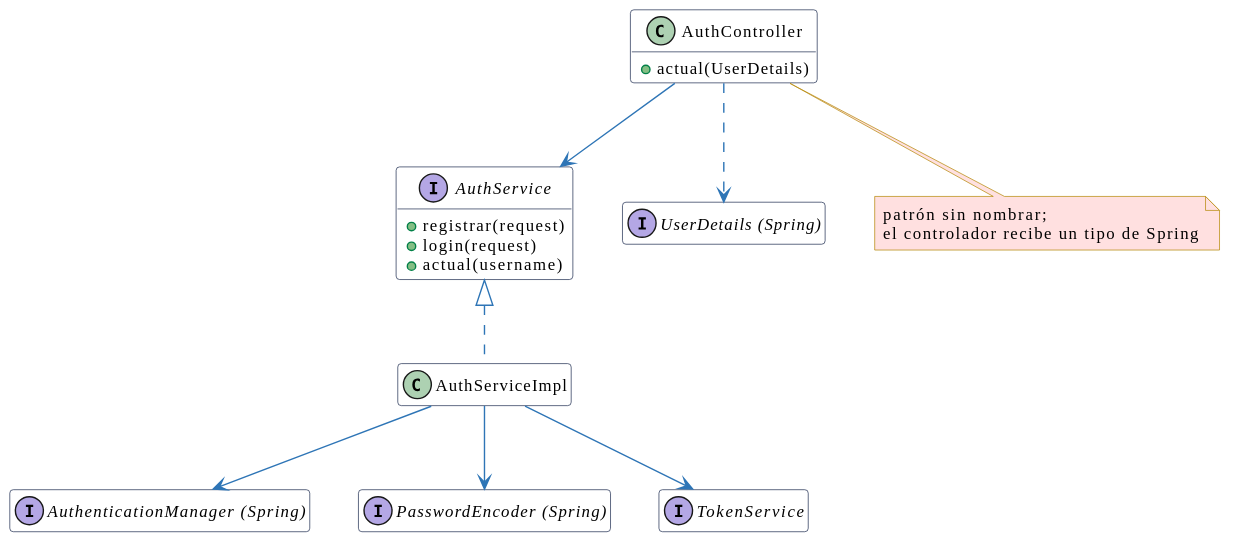
Earlier version of the PlantUML export docs/reporte/puml/facade-antes.svg (andreiveisuade/TPO-ProcesoDesarrolloSoftware-V4). Its source is kept beside it as docs/reporte/puml/facade-antes.puml. The source it was exported from:
```plantuml
@startuml
skinparam shadowing false
skinparam defaultFontName Calibri
skinparam defaultFontSize 12
skinparam ClassBackgroundColor #FFFFFF
skinparam ClassBorderColor #1D2B4F
skinparam ClassHeaderBackgroundColor #FFFFFF
skinparam ArrowColor #2E75B6
skinparam NoteBackgroundColor #FFF8E1
skinparam NoteBorderColor #B38600
hide empty members
class AuthController {
  +actual(UserDetails)
}
interface AuthService {
  +registrar(request)
  +login(request)
  +actual(username)
}
class AuthServiceImpl
interface "UserDetails (Spring)" as UD
interface "AuthenticationManager (Spring)" as AM
interface "PasswordEncoder (Spring)" as PE
interface TokenService
AuthController --> AuthService
AuthController ..> UD
AuthService <|.. AuthServiceImpl
AuthServiceImpl --> AM
AuthServiceImpl --> PE
AuthServiceImpl --> TokenService
note bottom of AuthController #FFE0E0
  patrón sin nombrar;
  el controlador recibe un tipo de Spring
end note
@enduml
```
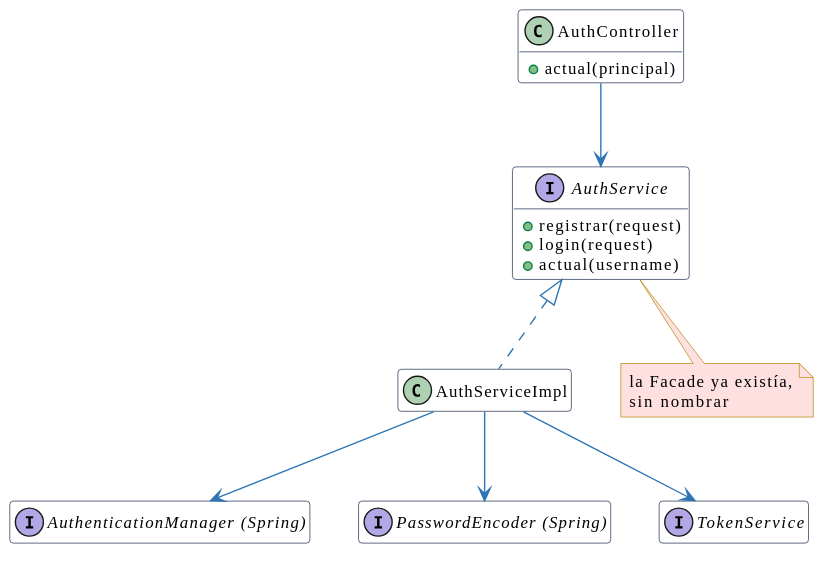
After the change.

The edit, as a diff of the source:
```diff
@@ -10,7 +10,7 @@
 skinparam NoteBorderColor #B38600
 hide empty members
 class AuthController {
-  +actual(UserDetails)
+  +actual(principal)
 }
 interface AuthService {
   +registrar(request)
@@ -18,18 +18,16 @@
   +actual(username)
 }
 class AuthServiceImpl
-interface "UserDetails (Spring)" as UD
 interface "AuthenticationManager (Spring)" as AM
 interface "PasswordEncoder (Spring)" as PE
 interface TokenService
 AuthController --> AuthService
-AuthController ..> UD
 AuthService <|.. AuthServiceImpl
 AuthServiceImpl --> AM
 AuthServiceImpl --> PE
 AuthServiceImpl --> TokenService
-note bottom of AuthController #FFE0E0
-  patrón sin nombrar;
-  el controlador recibe un tipo de Spring
+note bottom of AuthService #FFE0E0
+  la Facade ya existía,
+  sin nombrar
 end note
 @enduml
```
